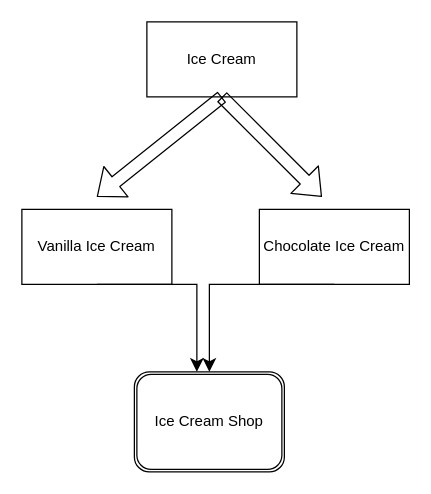
This is _notebooks/somedifferent.drawio from nVarap/CSABlog, a draw.io file, before an edit. Source tidied: cells renumbered, new cells numbered last; positions are measured from the earlier drawing's top-left corner, leaving out a move shared by most shapes. Both pictures are drawn from the tidied source at 125%, with x=0, y=0 at pixel (21, 21).
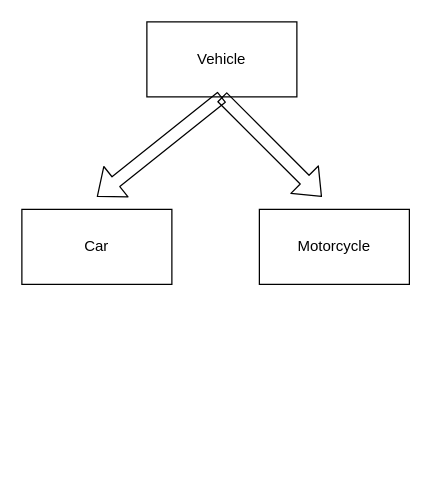
The same diagram, later.

The edit, as a diff of the source:
```diff
@@
 <mxGraphModel>
   <root>
     <mxCell id="0" />
     <mxCell id="1" parent="0" />
-    <mxCell id="2" value="Ice Cream" style="rounded=0;whiteSpace=wrap;html=1;" parent="1" vertex="1">
+    <mxCell id="2" value="Vehicle" style="rounded=0;whiteSpace=wrap;html=1;" parent="1" vertex="1">
       <mxGeometry x="100" width="120" height="60" as="geometry" />
     </mxCell>
     <mxCell id="3" style="shape=flexArrow;endArrow=classic;html=1;exitX=0.5;exitY=1;exitDx=0;exitDy=0;" parent="1" edge="1" source="2">
       <mxGeometry relative="1" as="geometry">
         <mxPoint x="60" y="140" as="targetPoint" />
       </mxGeometry>
     </mxCell>
     <mxCell id="4" style="shape=flexArrow;endArrow=classic;html=1;" parent="1" edge="1">
       <mxGeometry relative="1" as="geometry">
         <mxPoint x="160" y="60" as="sourcePoint" />
         <mxPoint x="240" y="140" as="targetPoint" />
       </mxGeometry>
     </mxCell>
-    <mxCell id="5" value="Vanilla Ice Cream" style="rounded=0;whiteSpace=wrap;html=1;" parent="1" vertex="1">
+    <mxCell id="5" value="Car" style="rounded=0;whiteSpace=wrap;html=1;" parent="1" vertex="1">
       <mxGeometry y="150" width="120" height="60" as="geometry" />
     </mxCell>
-    <mxCell id="6" value="Chocolate Ice Cream" style="rounded=0;whiteSpace=wrap;html=1;" parent="1" vertex="1">
+    <mxCell id="6" value="Motorcycle" style="rounded=0;whiteSpace=wrap;html=1;" parent="1" vertex="1">
       <mxGeometry x="190" y="150" width="120" height="60" as="geometry" />
     </mxCell>
-    <mxCell id="7" style="edgeStyle=segmentEdgeStyle;endArrow=classic;html=1;curved=0;rounded=0;endSize=8;startSize=8;exitX=0.5;exitY=1;exitDx=0;exitDy=0;" parent="1" edge="1" source="5">
-      <mxGeometry relative="1" as="geometry">
-        <mxPoint x="140" y="280" as="targetPoint" />
-      </mxGeometry>
-    </mxCell>
-    <mxCell id="8" style="edgeStyle=segmentEdgeStyle;endArrow=classic;html=1;curved=0;rounded=0;endSize=8;startSize=8;exitX=0.5;exitY=1;exitDx=0;exitDy=0;" parent="1" edge="1" source="6">
-      <mxGeometry relative="1" as="geometry">
-        <mxPoint x="150" y="280" as="targetPoint" />
-      </mxGeometry>
-    </mxCell>
-    <mxCell id="9" value="Ice Cream Shop" style="shape=ext;double=1;rounded=1;whiteSpace=wrap;html=1;" parent="1" vertex="1">
-      <mxGeometry x="90" y="280" width="120" height="80" as="geometry" />
-    </mxCell>
   </root>
 </mxGraphModel>
```
